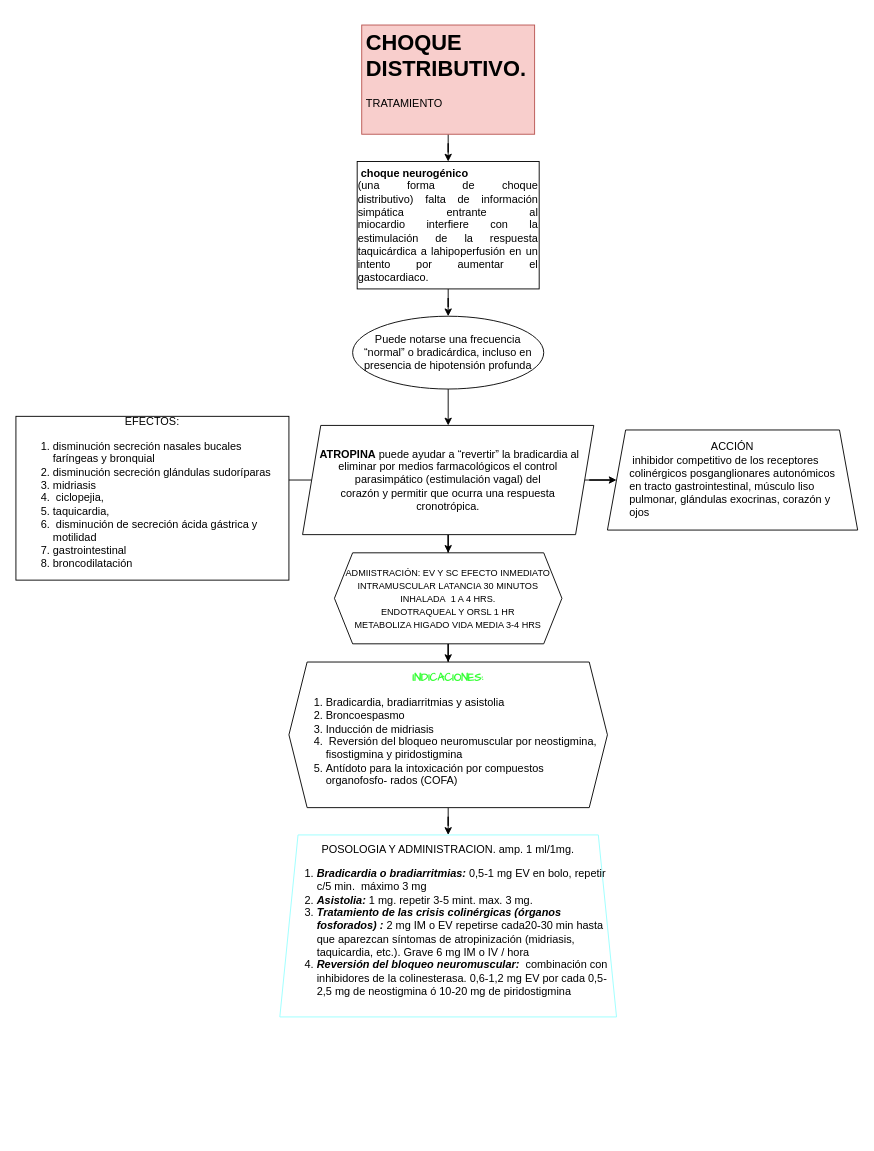
Before: Untitled Diagram.drawio in jcapont/MEDICINA, a draw.io diagram. Source tidied: cells renumbered, new cells numbered last; positions are measured from the earlier drawing's top-left corner, leaving out a move shared by most shapes. Both pictures are drawn from the tidied source at 91%, with x=0, y=0 at pixel (15, 25).
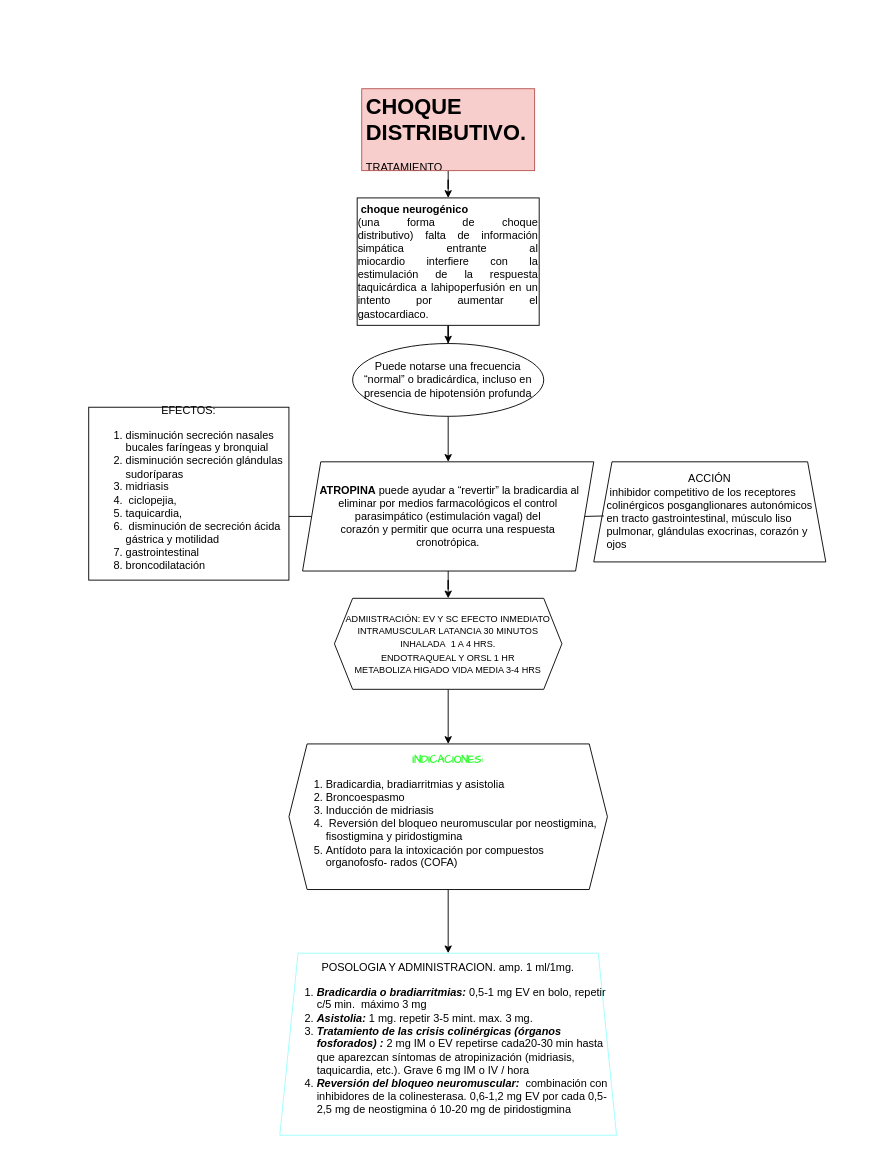
The same diagram, later.

Commit message:
CHOQUE DISTRIBUTIVO TT.drawio

What changed in the source:
```diff
@@
 <mxGraphModel>
   <root>
     <mxCell id="0" />
     <mxCell id="1" parent="0" />
     <mxCell id="2" style="edgeStyle=orthogonalEdgeStyle;rounded=0;jettySize=auto;html=1;" parent="1" edge="1" source="3" target="5">
       <mxGeometry relative="1" as="geometry" />
     </mxCell>
     <mxCell id="3" value="&lt;h1&gt;CHOQUE DISTRIBUTIVO.&lt;/h1&gt;&lt;p&gt;TRATAMIENTO&lt;/p&gt;" style="text;html=1;strokeColor=#b85450;fillColor=#f8cecc;spacing=5;spacingTop=-20;whiteSpace=wrap;overflow=hidden;rounded=0;" parent="1" vertex="1">
-      <mxGeometry x="380" width="190" height="120" as="geometry" />
+      <mxGeometry x="380" y="70" width="190" height="90" as="geometry" />
     </mxCell>
     <mxCell id="4" style="edgeStyle=orthogonalEdgeStyle;rounded=0;jettySize=auto;html=1;" parent="1" edge="1" source="5" target="7">
       <mxGeometry relative="1" as="geometry" />
     </mxCell>
     <mxCell id="5" value="&lt;div style=&quot;text-align: justify&quot;&gt;&lt;b&gt;&amp;nbsp;choque neurogénico&lt;/b&gt;&lt;span&gt;&amp;nbsp;&lt;/span&gt;&lt;/div&gt;&lt;div style=&quot;text-align: justify&quot;&gt;&lt;span&gt;(una forma de choque distributivo)&lt;/span&gt;&lt;span&gt;&amp;nbsp;falta de información simpática entrante al miocardio&amp;nbsp;&lt;/span&gt;&lt;span&gt;interfi&lt;/span&gt;&lt;span&gt;ere con la estimulación de la respuesta taquicárdica a la&lt;/span&gt;&lt;span&gt;hipoperfusión en un intento por aumentar el gasto&lt;/span&gt;&lt;span&gt;cardiaco.&lt;/span&gt;&lt;/div&gt;" style="whiteSpace=wrap;html=1;" parent="1" vertex="1">
-      <mxGeometry x="375" y="150" width="200" height="140" as="geometry" />
+      <mxGeometry x="375" y="190" width="200" height="140" as="geometry" />
     </mxCell>
     <mxCell id="6" style="edgeStyle=orthogonalEdgeStyle;rounded=0;jettySize=auto;html=1;" parent="1" edge="1" source="7" target="11">
       <mxGeometry relative="1" as="geometry" />
     </mxCell>
     <mxCell id="7" value="&lt;div&gt;Puede notarse una frecuencia&lt;/div&gt;&lt;div&gt;“normal” o bradicárdica, incluso en presencia de hipotensión profunda&lt;/div&gt;" style="ellipse;whiteSpace=wrap;html=1;" parent="1" vertex="1">
-      <mxGeometry x="370" y="320" width="210" height="80" as="geometry" />
+      <mxGeometry x="370" y="350" width="210" height="80" as="geometry" />
     </mxCell>
-    <mxCell id="8" style="edgeStyle=orthogonalEdgeStyle;rounded=0;jettySize=auto;html=1;" parent="1" edge="1" source="11" target="12">
-      <mxGeometry relative="1" as="geometry" />
-    </mxCell>
     <mxCell id="9" style="edgeStyle=orthogonalEdgeStyle;rounded=0;jettySize=auto;html=1;" parent="1" edge="1" source="11" target="13">
       <mxGeometry relative="1" as="geometry" />
     </mxCell>
     <mxCell id="10" style="edgeStyle=orthogonalEdgeStyle;rounded=0;jettySize=auto;html=1;" parent="1" edge="1" source="11" target="15">
       <mxGeometry relative="1" as="geometry" />
     </mxCell>
     <mxCell id="11" value="&lt;div&gt;&amp;nbsp;&lt;b&gt;ATROPINA&amp;nbsp;&lt;/b&gt;puede ayudar a “revertir” la&amp;nbsp;&lt;span&gt;bradicardia al eliminar por medios farmacológicos el control parasimpático (estimulación&amp;nbsp;&lt;/span&gt;&lt;span&gt;vagal) del&lt;/span&gt;&lt;/div&gt;&lt;div&gt;corazón y permitir que&amp;nbsp;&lt;span&gt;ocurra una respuesta&lt;/span&gt;&lt;/div&gt;&lt;div&gt;cronotrópica.&lt;/div&gt;" style="shape=parallelogram;perimeter=parallelogramPerimeter;whiteSpace=wrap;html=1;fixedSize=1;" parent="1" vertex="1">
-      <mxGeometry x="315" y="440" width="320" height="120" as="geometry" />
+      <mxGeometry x="315" y="480" width="320" height="120" as="geometry" />
     </mxCell>
     <mxCell id="12" value="&lt;div&gt;ACCIÓN&lt;/div&gt;&lt;div style=&quot;text-align: justify&quot;&gt;&amp;nbsp;inhibidor competitivo de los receptores&lt;/div&gt;&lt;div style=&quot;text-align: justify&quot;&gt;colinérgicos posganglionares autonómicos&lt;/div&gt;&lt;div style=&quot;text-align: justify&quot;&gt;en tracto&amp;nbsp;&lt;span&gt;gastrointestinal, músculo liso&lt;/span&gt;&lt;/div&gt;&lt;div style=&quot;text-align: justify&quot;&gt;pulmonar, glándulas exocrinas,&amp;nbsp;&lt;span&gt;corazón y&lt;/span&gt;&lt;/div&gt;&lt;div style=&quot;text-align: justify&quot;&gt;ojos&lt;/div&gt;" style="shape=trapezoid;perimeter=trapezoidPerimeter;whiteSpace=wrap;html=1;fixedSize=1;align=center;" parent="1" vertex="1">
-      <mxGeometry x="650" y="445" width="275" height="110" as="geometry" />
+      <mxGeometry x="635" y="480" width="255" height="110" as="geometry" />
     </mxCell>
     <mxCell id="13" value="EFECTOS:&lt;br&gt;&lt;ol&gt;&lt;li style=&quot;text-align: left&quot;&gt;disminución secreción nasales bucales faríngeas y bronquial&lt;br&gt;&lt;/li&gt;&lt;li style=&quot;text-align: left&quot;&gt;disminución secreción glándulas sudoríparas&lt;/li&gt;&lt;li style=&quot;text-align: left&quot;&gt;&lt;span&gt;midriasis&lt;/span&gt;&lt;/li&gt;&lt;li style=&quot;text-align: left&quot;&gt;&lt;span&gt;&amp;nbsp;ciclopejia,&amp;nbsp;&lt;/span&gt;&lt;/li&gt;&lt;li style=&quot;text-align: left&quot;&gt;&lt;span&gt;taquicardia,&lt;/span&gt;&lt;/li&gt;&lt;li style=&quot;text-align: left&quot;&gt;&lt;span&gt;&amp;nbsp;disminución de secreción ácida gástrica y motilidad&lt;/span&gt;&lt;br&gt;&lt;/li&gt;&lt;li style=&quot;text-align: left&quot;&gt;gastrointestinal&lt;/li&gt;&lt;li style=&quot;text-align: left&quot;&gt;broncodilatación&lt;/li&gt;&lt;/ol&gt;" style="whiteSpace=wrap;html=1;" parent="1" vertex="1">
-      <mxGeometry y="430" width="300" height="180" as="geometry" />
+      <mxGeometry x="80" y="420" width="220" height="190" as="geometry" />
     </mxCell>
     <mxCell id="14" style="edgeStyle=orthogonalEdgeStyle;rounded=0;jettySize=auto;html=1;" parent="1" edge="1" source="15" target="17">
       <mxGeometry relative="1" as="geometry" />
     </mxCell>
     <mxCell id="15" value="&lt;font style=&quot;font-size: 10px&quot;&gt;ADMIISTRACIÓN: EV Y SC EFECTO INMEDIATO&lt;br&gt;INTRAMUSCULAR LATANCIA 30 MINUTOS&lt;br&gt;INHALADA&amp;nbsp; 1 A 4 HRS.&lt;br&gt;ENDOTRAQUEAL Y ORSL 1 HR&lt;br&gt;METABOLIZA HIGADO VIDA MEDIA 3-4 HRS&lt;br&gt;&lt;/font&gt;" style="shape=hexagon;perimeter=hexagonPerimeter2;whiteSpace=wrap;html=1;fixedSize=1;align=center;" parent="1" vertex="1">
-      <mxGeometry x="350" y="580" width="250" height="100" as="geometry" />
+      <mxGeometry x="350" y="630" width="250" height="100" as="geometry" />
     </mxCell>
     <mxCell id="16" style="edgeStyle=orthogonalEdgeStyle;rounded=0;jettySize=auto;html=1;" parent="1" edge="1" source="17" target="18">
       <mxGeometry relative="1" as="geometry" />
     </mxCell>
     <mxCell id="17" value="&lt;b&gt;&lt;font face=&quot;Comic Sans MS&quot; color=&quot;#33ff33&quot;&gt;INDICACIONES:&lt;/font&gt;&lt;/b&gt;&lt;br&gt;&lt;div&gt;&lt;ol&gt;&lt;li style=&quot;text-align: left&quot;&gt;Bradicardia, bradiarritmias y asistolia&lt;/li&gt;&lt;li style=&quot;text-align: left&quot;&gt;Broncoespasmo&lt;/li&gt;&lt;li style=&quot;text-align: left&quot;&gt;Inducción de midriasis&lt;/li&gt;&lt;li style=&quot;text-align: left&quot;&gt;&amp;nbsp;Reversión del bloqueo neuromuscular por neostigmina, fisostigmina y piridostigmina&lt;/li&gt;&lt;li style=&quot;text-align: left&quot;&gt;Antídoto para la intoxicación por compuestos organofosfo- rados (COFA)&lt;/li&gt;&lt;/ol&gt;&lt;/div&gt;" style="shape=hexagon;perimeter=hexagonPerimeter2;whiteSpace=wrap;html=1;fixedSize=1;align=center;" parent="1" vertex="1">
-      <mxGeometry x="300" y="700" width="350" height="160" as="geometry" />
+      <mxGeometry x="300" y="790" width="350" height="160" as="geometry" />
     </mxCell>
     <mxCell id="18" value="POSOLOGIA Y ADMINISTRACION. amp. 1 ml/1mg.&lt;br&gt;&lt;div&gt;&lt;ol&gt;&lt;li style=&quot;text-align: left&quot;&gt;&lt;i&gt;&lt;b&gt;Bradicardia o bradiarritmias:&lt;/b&gt;&lt;/i&gt;&amp;nbsp;0,5-1 mg EV en bolo, repetir c/5 min.&amp;nbsp; máximo 3 mg&lt;/li&gt;&lt;li style=&quot;text-align: left&quot;&gt;&lt;i&gt;&lt;b&gt;Asistolia:&lt;/b&gt;&lt;/i&gt; 1 mg. repetir 3-5 mint. max. 3 mg.&lt;br&gt;&lt;/li&gt;&lt;li style=&quot;text-align: left&quot;&gt;&lt;b&gt;&lt;i&gt;Tratamiento de las crisis colinérgicas (órganos fosforados) :&amp;nbsp;&lt;/i&gt;&lt;/b&gt;&lt;span&gt;2 mg IM o EV repetirse cada&lt;/span&gt;20-30 min hasta que aparezcan síntomas de atropinización (midriasis, taquicardia, etc.). Grave 6 mg IM o IV / hora&lt;/li&gt;&lt;li style=&quot;text-align: left&quot;&gt;&lt;b style=&quot;font-style: italic&quot;&gt;Reversión del bloqueo neuromuscular:&amp;nbsp;&amp;nbsp;&lt;/b&gt;combinación con inhibidores de la colinesterasa. 0,6-1,2 mg EV por cada 0,5-2,5 mg de neostigmina ó 10-20 mg de piridostigmina&lt;/li&gt;&lt;/ol&gt;&lt;/div&gt;" style="shape=trapezoid;perimeter=trapezoidPerimeter;whiteSpace=wrap;html=1;fixedSize=1;strokeColor=#99FFFF;" parent="1" vertex="1">
-      <mxGeometry x="290" y="890" width="370" height="200" as="geometry" />
+      <mxGeometry x="290" y="1020" width="370" height="200" as="geometry" />
     </mxCell>
+    <mxCell id="19" style="endArrow=none;html=1;exitX=1;exitY=0.5;exitDx=0;exitDy=0;" parent="1" edge="1" source="11">
+      <mxGeometry relative="1" as="geometry">
+        <mxPoint x="646" y="539.5" as="targetPoint" />
+      </mxGeometry>
+    </mxCell>
   </root>
 </mxGraphModel>
```
